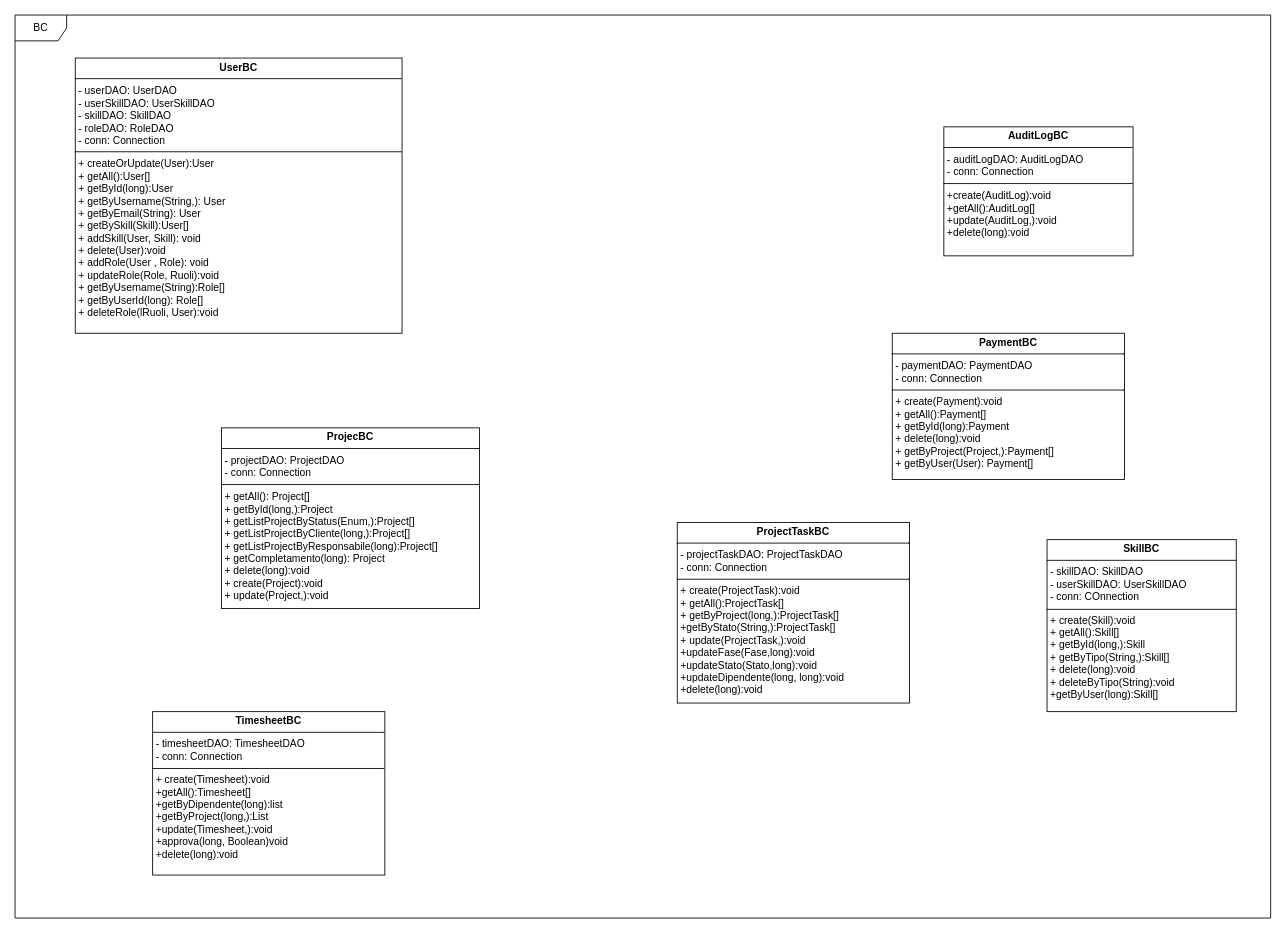
Above: page "BC" (2 of 3) of gestione_progetti_uml.drawio in davide-vigano-tas/gestione_progetti (draw.io), before the change. Source tidied: cells renumbered, new cells numbered last; positions are measured from the earlier drawing's top-left corner, leaving out a move shared by most shapes. Both pictures are drawn from the tidied source at 86%, with x=0, y=0 at pixel (15, 15).
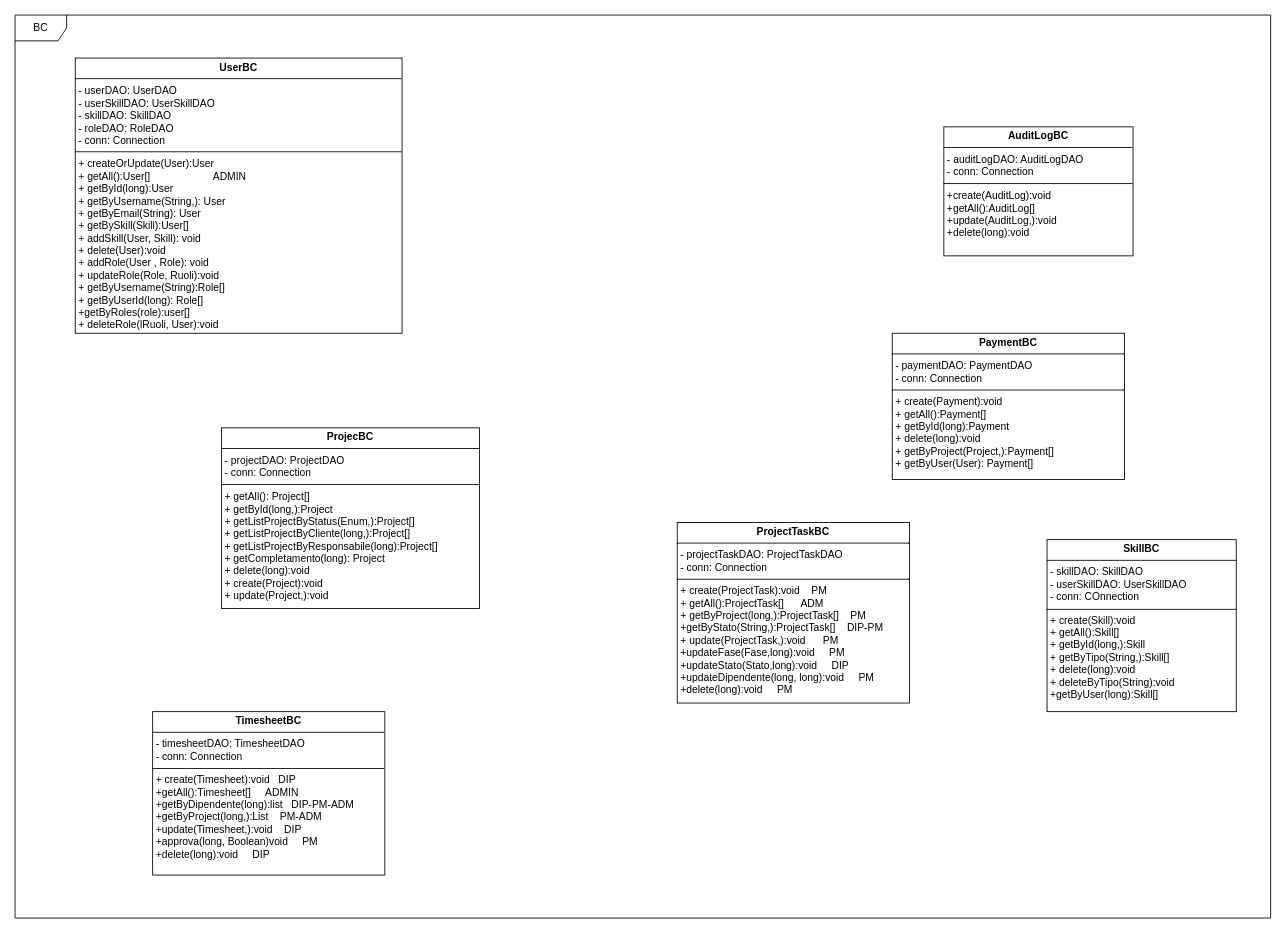
The same diagram, later.

The edit, as a diff of the source:
```diff
@@
 <mxGraphModel>
   <root>
     <mxCell id="0" />
     <mxCell id="1" parent="0" />
-    <mxCell id="2" value="&lt;p style=&quot;margin:0px;margin-top:4px;text-align:center;&quot;&gt;&lt;b style=&quot;background-color: light-dark(#ffffff, var(--ge-dark-color, #121212));&quot;&gt;&lt;font style=&quot;color: rgb(0, 0, 0);&quot;&gt;UserBC&lt;/font&gt;&lt;/b&gt;&lt;/p&gt;&lt;hr size=&quot;1&quot; style=&quot;border-style:solid;&quot;&gt;&lt;p style=&quot;margin:0px;margin-left:4px;&quot;&gt;- userDAO: UserDAO&lt;/p&gt;&lt;p style=&quot;margin:0px;margin-left:4px;&quot;&gt;- userSkillDAO: UserSkillDAO&lt;/p&gt;&lt;p style=&quot;margin:0px;margin-left:4px;&quot;&gt;- skillDAO: SkillDAO&lt;/p&gt;&lt;p style=&quot;margin:0px;margin-left:4px;&quot;&gt;- roleDAO: RoleDAO&lt;/p&gt;&lt;p style=&quot;margin:0px;margin-left:4px;&quot;&gt;- conn: Connection&lt;/p&gt;&lt;hr size=&quot;1&quot; style=&quot;border-style:solid;&quot;&gt;&lt;p style=&quot;margin:0px;margin-left:4px;&quot;&gt;+ createOrUpdate(User):User&lt;/p&gt;&lt;p style=&quot;margin:0px;margin-left:4px;&quot;&gt;+ getAll():User[]&lt;/p&gt;&lt;p style=&quot;margin:0px;margin-left:4px;&quot;&gt;+ getById(long):User&lt;/p&gt;&lt;p style=&quot;margin:0px;margin-left:4px;&quot;&gt;+ getByUsername(String,): User&lt;/p&gt;&lt;p style=&quot;margin:0px;margin-left:4px;&quot;&gt;+&amp;nbsp;&lt;span style=&quot;background-color: transparent; color: light-dark(rgb(0, 0, 0), rgb(255, 255, 255));&quot;&gt;getByEmail(String): User&lt;/span&gt;&lt;/p&gt;&lt;p style=&quot;margin:0px;margin-left:4px;&quot;&gt;+ getBySkill(Skill):User[]&lt;/p&gt;&lt;p style=&quot;margin:0px;margin-left:4px;&quot;&gt;+ addSkill(User, Skill): void&lt;/p&gt;&lt;p style=&quot;margin:0px;margin-left:4px;&quot;&gt;+ delete(User):void&lt;/p&gt;&lt;p style=&quot;margin:0px;margin-left:4px;&quot;&gt;+ addRole(User , Role): void&lt;/p&gt;&lt;p style=&quot;margin:0px;margin-left:4px;&quot;&gt;+ updateRole(Role, Ruoli):void&lt;/p&gt;&lt;p style=&quot;margin: 0px 0px 0px 4px;&quot;&gt;+ getByUsername(String):Role[]&lt;/p&gt;&lt;p style=&quot;margin: 0px 0px 0px 4px;&quot;&gt;+ getByUserId(long): Role[]&lt;/p&gt;&lt;p style=&quot;margin: 0px 0px 0px 4px;&quot;&gt;+ deleteRole(lRuoli, User):void&lt;/p&gt;" style="verticalAlign=top;align=left;overflow=fill;html=1;whiteSpace=wrap;" parent="1" vertex="1">
+    <mxCell id="2" value="&lt;p style=&quot;margin:0px;margin-top:4px;text-align:center;&quot;&gt;&lt;b style=&quot;background-color: light-dark(#ffffff, var(--ge-dark-color, #121212));&quot;&gt;&lt;font style=&quot;color: rgb(0, 0, 0);&quot;&gt;UserBC&lt;/font&gt;&lt;/b&gt;&lt;/p&gt;&lt;hr size=&quot;1&quot; style=&quot;border-style:solid;&quot;&gt;&lt;p style=&quot;margin:0px;margin-left:4px;&quot;&gt;- userDAO: UserDAO&lt;/p&gt;&lt;p style=&quot;margin:0px;margin-left:4px;&quot;&gt;- userSkillDAO: UserSkillDAO&lt;/p&gt;&lt;p style=&quot;margin:0px;margin-left:4px;&quot;&gt;- skillDAO: SkillDAO&lt;/p&gt;&lt;p style=&quot;margin:0px;margin-left:4px;&quot;&gt;- roleDAO: RoleDAO&lt;/p&gt;&lt;p style=&quot;margin:0px;margin-left:4px;&quot;&gt;- conn: Connection&lt;/p&gt;&lt;hr size=&quot;1&quot; style=&quot;border-style:solid;&quot;&gt;&lt;p style=&quot;margin:0px;margin-left:4px;&quot;&gt;+ createOrUpdate(User):User&amp;nbsp;&lt;/p&gt;&lt;p style=&quot;margin:0px;margin-left:4px;&quot;&gt;+ getAll():User[]&amp;nbsp; &amp;nbsp; &amp;nbsp; &amp;nbsp; &amp;nbsp; &amp;nbsp; &amp;nbsp; &amp;nbsp; &amp;nbsp; &amp;nbsp; &amp;nbsp; ADMIN&lt;/p&gt;&lt;p style=&quot;margin:0px;margin-left:4px;&quot;&gt;+ getById(long):User&lt;/p&gt;&lt;p style=&quot;margin:0px;margin-left:4px;&quot;&gt;+ getByUsername(String,): User&lt;/p&gt;&lt;p style=&quot;margin:0px;margin-left:4px;&quot;&gt;+&amp;nbsp;&lt;span style=&quot;background-color: transparent; color: light-dark(rgb(0, 0, 0), rgb(255, 255, 255));&quot;&gt;getByEmail(String): User&lt;/span&gt;&lt;/p&gt;&lt;p style=&quot;margin:0px;margin-left:4px;&quot;&gt;+ getBySkill(Skill):User[]&lt;/p&gt;&lt;p style=&quot;margin:0px;margin-left:4px;&quot;&gt;+ addSkill(User, Skill): void&lt;/p&gt;&lt;p style=&quot;margin:0px;margin-left:4px;&quot;&gt;+ delete(User):void&lt;/p&gt;&lt;p style=&quot;margin:0px;margin-left:4px;&quot;&gt;+ addRole(User , Role): void&lt;/p&gt;&lt;p style=&quot;margin:0px;margin-left:4px;&quot;&gt;+ updateRole(Role, Ruoli):void&lt;/p&gt;&lt;p style=&quot;margin: 0px 0px 0px 4px;&quot;&gt;+ getByUsername(String):Role[]&lt;/p&gt;&lt;p style=&quot;margin: 0px 0px 0px 4px;&quot;&gt;+ getByUserId(long): Role[]&lt;/p&gt;&lt;p style=&quot;margin: 0px 0px 0px 4px;&quot;&gt;+getByRoles(role):user[]&lt;/p&gt;&lt;p style=&quot;margin: 0px 0px 0px 4px;&quot;&gt;+ deleteRole(lRuoli, User):void&lt;/p&gt;" style="verticalAlign=top;align=left;overflow=fill;html=1;whiteSpace=wrap;" parent="1" vertex="1">
       <mxGeometry x="70" y="50" width="380" height="320" as="geometry" />
     </mxCell>
     <mxCell id="3" value="&lt;p style=&quot;margin:0px;margin-top:4px;text-align:center;&quot;&gt;&lt;span style=&quot;background-color: rgb(255, 255, 255);&quot;&gt;&lt;b&gt;AuditLogBC&lt;/b&gt;&lt;/span&gt;&lt;/p&gt;&lt;hr size=&quot;1&quot; style=&quot;border-style:solid;&quot;&gt;&lt;p style=&quot;margin:0px;margin-left:4px;&quot;&gt;- auditLogDAO: AuditLogDAO&lt;/p&gt;&lt;p style=&quot;margin:0px;margin-left:4px;&quot;&gt;- conn: Connection&lt;/p&gt;&lt;hr size=&quot;1&quot; style=&quot;border-style:solid;&quot;&gt;&lt;p style=&quot;margin:0px;margin-left:4px;&quot;&gt;+create(AuditLog):void&lt;/p&gt;&lt;p style=&quot;margin:0px;margin-left:4px;&quot;&gt;+getAll():AuditLog[]&lt;/p&gt;&lt;p style=&quot;margin:0px;margin-left:4px;&quot;&gt;+update(AuditLog,):void&lt;/p&gt;&lt;p style=&quot;margin:0px;margin-left:4px;&quot;&gt;+delete(long):void&lt;/p&gt;" style="verticalAlign=top;align=left;overflow=fill;html=1;whiteSpace=wrap;" parent="1" vertex="1">
       <mxGeometry x="1080" y="130" width="220" height="150" as="geometry" />
     </mxCell>
     <mxCell id="4" value="&lt;p style=&quot;margin:0px;margin-top:4px;text-align:center;&quot;&gt;&lt;b style=&quot;background-color: light-dark(#ffffff, var(--ge-dark-color, #121212));&quot;&gt;&lt;font style=&quot;color: rgb(0, 0, 0);&quot;&gt;ProjecBC&lt;/font&gt;&lt;/b&gt;&lt;/p&gt;&lt;hr size=&quot;1&quot; style=&quot;border-style:solid;&quot;&gt;&lt;p style=&quot;margin:0px;margin-left:4px;&quot;&gt;- projectDAO: ProjectDAO&lt;/p&gt;&lt;p style=&quot;margin:0px;margin-left:4px;&quot;&gt;- conn: Connection&lt;/p&gt;&lt;hr size=&quot;1&quot; style=&quot;border-style:solid;&quot;&gt;&lt;p style=&quot;margin:0px;margin-left:4px;&quot;&gt;+ getAll(): Project[]&lt;/p&gt;&lt;p style=&quot;margin: 0px 0px 0px 4px;&quot;&gt;+ getById(long,):Project&lt;/p&gt;&lt;p style=&quot;margin: 0px 0px 0px 4px;&quot;&gt;+ getListProjectByStatus(Enum,):Project[]&lt;/p&gt;&lt;p style=&quot;margin: 0px 0px 0px 4px;&quot;&gt;+ getListProjectByCliente(long,):Project[]&lt;/p&gt;&lt;p style=&quot;margin: 0px 0px 0px 4px;&quot;&gt;+ getListProjectByResponsabile(long):Project[]&lt;/p&gt;&lt;p style=&quot;margin: 0px 0px 0px 4px;&quot;&gt;+ getCompletamento(long): Project&lt;/p&gt;&lt;p style=&quot;margin: 0px 0px 0px 4px;&quot;&gt;+&amp;nbsp;&lt;span style=&quot;background-color: transparent; color: light-dark(rgb(0, 0, 0), rgb(255, 255, 255));&quot;&gt;delete(long):void&lt;/span&gt;&lt;/p&gt;&lt;p style=&quot;margin: 0px 0px 0px 4px;&quot;&gt;&lt;span style=&quot;background-color: transparent; color: light-dark(rgb(0, 0, 0), rgb(255, 255, 255));&quot;&gt;+&amp;nbsp;&lt;/span&gt;&lt;span style=&quot;background-color: transparent; color: light-dark(rgb(0, 0, 0), rgb(255, 255, 255));&quot;&gt;create(Project):void&lt;/span&gt;&lt;/p&gt;&lt;p style=&quot;margin: 0px 0px 0px 4px;&quot;&gt;&lt;span style=&quot;color: light-dark(rgb(0, 0, 0), rgb(255, 255, 255)); background-color: transparent;&quot;&gt;+&amp;nbsp;&lt;/span&gt;&lt;span style=&quot;color: light-dark(rgb(0, 0, 0), rgb(255, 255, 255)); background-color: transparent;&quot;&gt;update(Project,):void&lt;/span&gt;&lt;span style=&quot;background-color: transparent; color: light-dark(rgb(0, 0, 0), rgb(255, 255, 255));&quot;&gt;&lt;/span&gt;&lt;/p&gt;&lt;div&gt;&lt;br&gt;&lt;/div&gt;" style="verticalAlign=top;align=left;overflow=fill;html=1;whiteSpace=wrap;" parent="1" vertex="1">
       <mxGeometry x="240" y="480" width="300" height="210" as="geometry" />
     </mxCell>
-    <mxCell id="5" value="&lt;p style=&quot;margin:0px;margin-top:4px;text-align:center;&quot;&gt;&lt;span style=&quot;background-color: rgb(255, 255, 255);&quot;&gt;&lt;b&gt;ProjectTaskBC&lt;/b&gt;&lt;/span&gt;&lt;/p&gt;&lt;hr size=&quot;1&quot; style=&quot;border-style:solid;&quot;&gt;&lt;p style=&quot;margin:0px;margin-left:4px;&quot;&gt;- projectTaskDAO: ProjectTaskDAO&lt;/p&gt;&lt;p style=&quot;margin:0px;margin-left:4px;&quot;&gt;- conn: Connection&lt;/p&gt;&lt;hr size=&quot;1&quot; style=&quot;border-style:solid;&quot;&gt;&lt;p style=&quot;margin:0px;margin-left:4px;&quot;&gt;+ create(ProjectTask):void&lt;/p&gt;&lt;p style=&quot;margin:0px;margin-left:4px;&quot;&gt;+ getAll():ProjectTask[]&lt;/p&gt;&lt;p style=&quot;margin:0px;margin-left:4px;&quot;&gt;+ getByProject(long,):ProjectTask[]&lt;/p&gt;&lt;p style=&quot;margin:0px;margin-left:4px;&quot;&gt;+getByStato(String,):ProjectTask[]&lt;/p&gt;&lt;p style=&quot;margin:0px;margin-left:4px;&quot;&gt;+ update(ProjectTask,):void&lt;/p&gt;&lt;p style=&quot;margin:0px;margin-left:4px;&quot;&gt;+updateFase(Fase,long):void&lt;/p&gt;&lt;p style=&quot;margin:0px;margin-left:4px;&quot;&gt;+updateStato(Stato,long):void&lt;/p&gt;&lt;p style=&quot;margin:0px;margin-left:4px;&quot;&gt;+updateDipendente(long, long):void&lt;/p&gt;&lt;p style=&quot;margin:0px;margin-left:4px;&quot;&gt;+delete(long):void&lt;/p&gt;" style="verticalAlign=top;align=left;overflow=fill;html=1;whiteSpace=wrap;" parent="1" vertex="1">
+    <mxCell id="5" value="&lt;p style=&quot;margin:0px;margin-top:4px;text-align:center;&quot;&gt;&lt;span style=&quot;background-color: rgb(255, 255, 255);&quot;&gt;&lt;b&gt;ProjectTaskBC&lt;/b&gt;&lt;/span&gt;&lt;/p&gt;&lt;hr size=&quot;1&quot; style=&quot;border-style:solid;&quot;&gt;&lt;p style=&quot;margin:0px;margin-left:4px;&quot;&gt;- projectTaskDAO: ProjectTaskDAO&lt;/p&gt;&lt;p style=&quot;margin:0px;margin-left:4px;&quot;&gt;- conn: Connection&lt;/p&gt;&lt;hr size=&quot;1&quot; style=&quot;border-style:solid;&quot;&gt;&lt;p style=&quot;margin:0px;margin-left:4px;&quot;&gt;+ create(ProjectTask):void&amp;nbsp; &amp;nbsp; PM&lt;/p&gt;&lt;p style=&quot;margin:0px;margin-left:4px;&quot;&gt;+ getAll():ProjectTask[]&amp;nbsp; &amp;nbsp; &amp;nbsp; ADM&lt;/p&gt;&lt;p style=&quot;margin:0px;margin-left:4px;&quot;&gt;+ getByProject(long,):ProjectTask[]&amp;nbsp; &amp;nbsp; PM&lt;/p&gt;&lt;p style=&quot;margin:0px;margin-left:4px;&quot;&gt;+getByStato(String,):ProjectTask[]&amp;nbsp; &amp;nbsp; DIP-PM&lt;/p&gt;&lt;p style=&quot;margin:0px;margin-left:4px;&quot;&gt;+ update(ProjectTask,):void&amp;nbsp; &amp;nbsp; &amp;nbsp; PM&lt;/p&gt;&lt;p style=&quot;margin:0px;margin-left:4px;&quot;&gt;+updateFase(Fase,long):void&amp;nbsp; &amp;nbsp; &amp;nbsp;PM&lt;/p&gt;&lt;p style=&quot;margin:0px;margin-left:4px;&quot;&gt;+updateStato(Stato,long):void&amp;nbsp; &amp;nbsp; &amp;nbsp;DIP&lt;/p&gt;&lt;p style=&quot;margin:0px;margin-left:4px;&quot;&gt;+updateDipendente(long, long):void&amp;nbsp; &amp;nbsp; &amp;nbsp;PM&lt;/p&gt;&lt;p style=&quot;margin:0px;margin-left:4px;&quot;&gt;+delete(long):void&amp;nbsp; &amp;nbsp; &amp;nbsp;PM&lt;/p&gt;" style="verticalAlign=top;align=left;overflow=fill;html=1;whiteSpace=wrap;" parent="1" vertex="1">
       <mxGeometry x="770" y="590" width="270" height="210" as="geometry" />
     </mxCell>
     <mxCell id="6" value="&lt;p style=&quot;margin:0px;margin-top:4px;text-align:center;&quot;&gt;&lt;b style=&quot;background-color: light-dark(#ffffff, var(--ge-dark-color, #121212));&quot;&gt;&lt;font style=&quot;color: rgb(0, 0, 0);&quot;&gt;SkillBC&lt;/font&gt;&lt;/b&gt;&lt;/p&gt;&lt;hr size=&quot;1&quot; style=&quot;border-style:solid;&quot;&gt;&lt;p style=&quot;margin:0px;margin-left:4px;&quot;&gt;- skillDAO: SkillDAO&lt;/p&gt;&lt;p style=&quot;margin:0px;margin-left:4px;&quot;&gt;- userSkillDAO: UserSkillDAO&lt;/p&gt;&lt;p style=&quot;margin:0px;margin-left:4px;&quot;&gt;- conn: COnnection&lt;/p&gt;&lt;hr size=&quot;1&quot; style=&quot;border-style:solid;&quot;&gt;&lt;p style=&quot;margin:0px;margin-left:4px;&quot;&gt;+ create(Skill):void&lt;/p&gt;&lt;p style=&quot;margin:0px;margin-left:4px;&quot;&gt;+ getAll():Skill[]&lt;/p&gt;&lt;p style=&quot;margin:0px;margin-left:4px;&quot;&gt;+ getById(long,):Skill&lt;/p&gt;&lt;p style=&quot;margin:0px;margin-left:4px;&quot;&gt;+ getByTipo(String,):Skill[]&lt;/p&gt;&lt;p style=&quot;margin:0px;margin-left:4px;&quot;&gt;+ delete(long):void&lt;/p&gt;&lt;p style=&quot;margin:0px;margin-left:4px;&quot;&gt;+ deleteByTipo(String):void&lt;/p&gt;&lt;p style=&quot;margin:0px;margin-left:4px;&quot;&gt;+getByUser(long):Skill[]&lt;/p&gt;" style="verticalAlign=top;align=left;overflow=fill;html=1;whiteSpace=wrap;" parent="1" vertex="1">
       <mxGeometry x="1200" y="610" width="220" height="200" as="geometry" />
     </mxCell>
     <mxCell id="7" value="&lt;p style=&quot;margin:0px;margin-top:4px;text-align:center;&quot;&gt;&lt;b style=&quot;background-color: light-dark(#ffffff, var(--ge-dark-color, #121212));&quot;&gt;&lt;font style=&quot;color: rgb(0, 0, 0);&quot;&gt;PaymentBC&lt;/font&gt;&lt;/b&gt;&lt;/p&gt;&lt;hr size=&quot;1&quot; style=&quot;border-style:solid;&quot;&gt;&lt;p style=&quot;margin:0px;margin-left:4px;&quot;&gt;- paymentDAO: PaymentDAO&lt;/p&gt;&lt;p style=&quot;margin:0px;margin-left:4px;&quot;&gt;- conn: Connection&lt;/p&gt;&lt;hr size=&quot;1&quot; style=&quot;border-style:solid;&quot;&gt;&lt;p style=&quot;margin:0px;margin-left:4px;&quot;&gt;+ create(Payment):void&lt;/p&gt;&lt;p style=&quot;margin:0px;margin-left:4px;&quot;&gt;+ getAll():Payment[]&lt;/p&gt;&lt;p style=&quot;margin:0px;margin-left:4px;&quot;&gt;+ getById(long):Payment&lt;/p&gt;&lt;p style=&quot;margin:0px;margin-left:4px;&quot;&gt;+ delete(long):void&lt;/p&gt;&lt;p style=&quot;margin:0px;margin-left:4px;&quot;&gt;+ getByProject(Project,):Payment[]&lt;/p&gt;&lt;p style=&quot;margin:0px;margin-left:4px;&quot;&gt;+ getByUser(User): Payment[]&lt;/p&gt;&lt;p style=&quot;margin:0px;margin-left:4px;&quot;&gt;&lt;br&gt;&lt;/p&gt;" style="verticalAlign=top;align=left;overflow=fill;html=1;whiteSpace=wrap;" parent="1" vertex="1">
       <mxGeometry x="1020" y="370" width="270" height="170" as="geometry" />
     </mxCell>
-    <mxCell id="8" value="&lt;p style=&quot;margin:0px;margin-top:4px;text-align:center;&quot;&gt;&lt;span style=&quot;background-color: rgb(255, 255, 255);&quot;&gt;&lt;b&gt;TimesheetBC&lt;/b&gt;&lt;/span&gt;&lt;/p&gt;&lt;hr size=&quot;1&quot; style=&quot;border-style:solid;&quot;&gt;&lt;p style=&quot;margin:0px;margin-left:4px;&quot;&gt;- timesheetDAO: TimesheetDAO&lt;/p&gt;&lt;p style=&quot;margin:0px;margin-left:4px;&quot;&gt;- conn: Connection&lt;/p&gt;&lt;hr size=&quot;1&quot; style=&quot;border-style:solid;&quot;&gt;&lt;p style=&quot;margin:0px;margin-left:4px;&quot;&gt;+ create(Timesheet):void&lt;/p&gt;&lt;p style=&quot;margin:0px;margin-left:4px;&quot;&gt;+getAll():Timesheet[]&lt;/p&gt;&lt;p style=&quot;margin:0px;margin-left:4px;&quot;&gt;+getByDipendente(long):list&lt;/p&gt;&lt;p style=&quot;margin:0px;margin-left:4px;&quot;&gt;+getByProject(long,):List&lt;/p&gt;&lt;p style=&quot;margin:0px;margin-left:4px;&quot;&gt;+update(Timesheet,):void&lt;/p&gt;&lt;p style=&quot;margin:0px;margin-left:4px;&quot;&gt;+approva(long, Boolean)void&lt;/p&gt;&lt;p style=&quot;margin:0px;margin-left:4px;&quot;&gt;+delete(long):void&lt;/p&gt;" style="verticalAlign=top;align=left;overflow=fill;html=1;whiteSpace=wrap;" parent="1" vertex="1">
+    <mxCell id="8" value="&lt;p style=&quot;margin:0px;margin-top:4px;text-align:center;&quot;&gt;&lt;span style=&quot;background-color: rgb(255, 255, 255);&quot;&gt;&lt;b&gt;TimesheetBC&lt;/b&gt;&lt;/span&gt;&lt;/p&gt;&lt;hr size=&quot;1&quot; style=&quot;border-style:solid;&quot;&gt;&lt;p style=&quot;margin:0px;margin-left:4px;&quot;&gt;- timesheetDAO: TimesheetDAO&lt;/p&gt;&lt;p style=&quot;margin:0px;margin-left:4px;&quot;&gt;- conn: Connection&lt;/p&gt;&lt;hr size=&quot;1&quot; style=&quot;border-style:solid;&quot;&gt;&lt;p style=&quot;margin:0px;margin-left:4px;&quot;&gt;+ create(Timesheet):void&amp;nbsp; &amp;nbsp;DIP&lt;/p&gt;&lt;p style=&quot;margin:0px;margin-left:4px;&quot;&gt;+getAll():Timesheet[]&amp;nbsp; &amp;nbsp; &amp;nbsp;ADMIN&lt;/p&gt;&lt;p style=&quot;margin:0px;margin-left:4px;&quot;&gt;+getByDipendente(long):list&amp;nbsp; &amp;nbsp;DIP-PM-ADM&lt;/p&gt;&lt;p style=&quot;margin:0px;margin-left:4px;&quot;&gt;+getByProject(long,):List&amp;nbsp; &amp;nbsp; PM-ADM&lt;/p&gt;&lt;p style=&quot;margin:0px;margin-left:4px;&quot;&gt;+update(Timesheet,):void&amp;nbsp; &amp;nbsp; DIP&lt;/p&gt;&lt;p style=&quot;margin:0px;margin-left:4px;&quot;&gt;+approva(long, Boolean)void&amp;nbsp; &amp;nbsp; &amp;nbsp;PM&lt;/p&gt;&lt;p style=&quot;margin:0px;margin-left:4px;&quot;&gt;+delete(long):void&amp;nbsp; &amp;nbsp; &amp;nbsp;DIP&lt;/p&gt;" style="verticalAlign=top;align=left;overflow=fill;html=1;whiteSpace=wrap;" parent="1" vertex="1">
       <mxGeometry x="160" y="810" width="270" height="190" as="geometry" />
     </mxCell>
     <mxCell id="9" value="BC" style="shape=umlFrame;whiteSpace=wrap;html=1;" parent="1" vertex="1">
       <mxGeometry width="1460" height="1050" as="geometry" />
     </mxCell>
   </root>
 </mxGraphModel>
```
